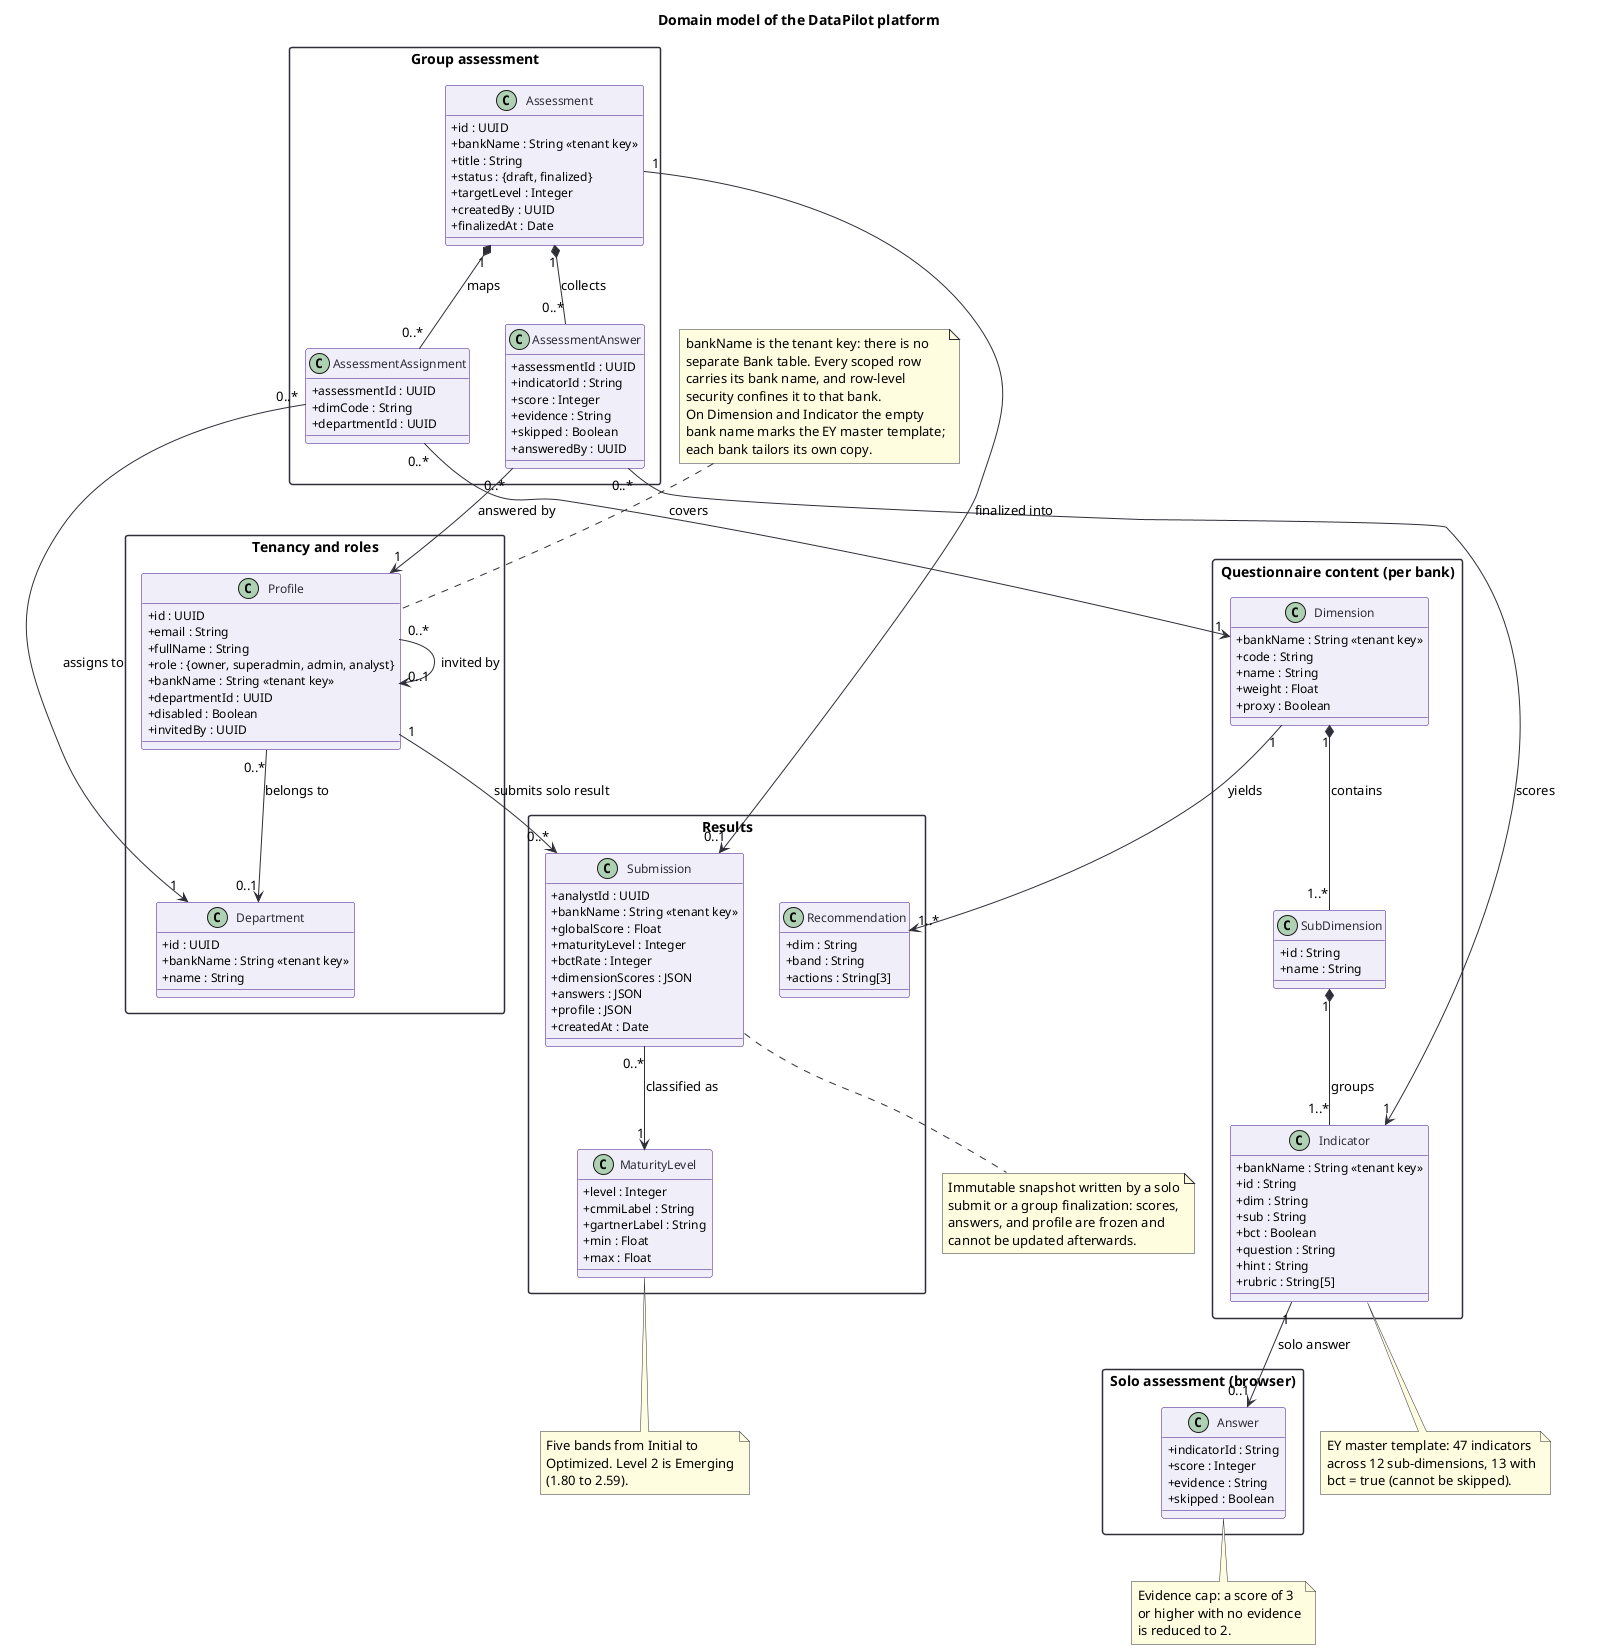
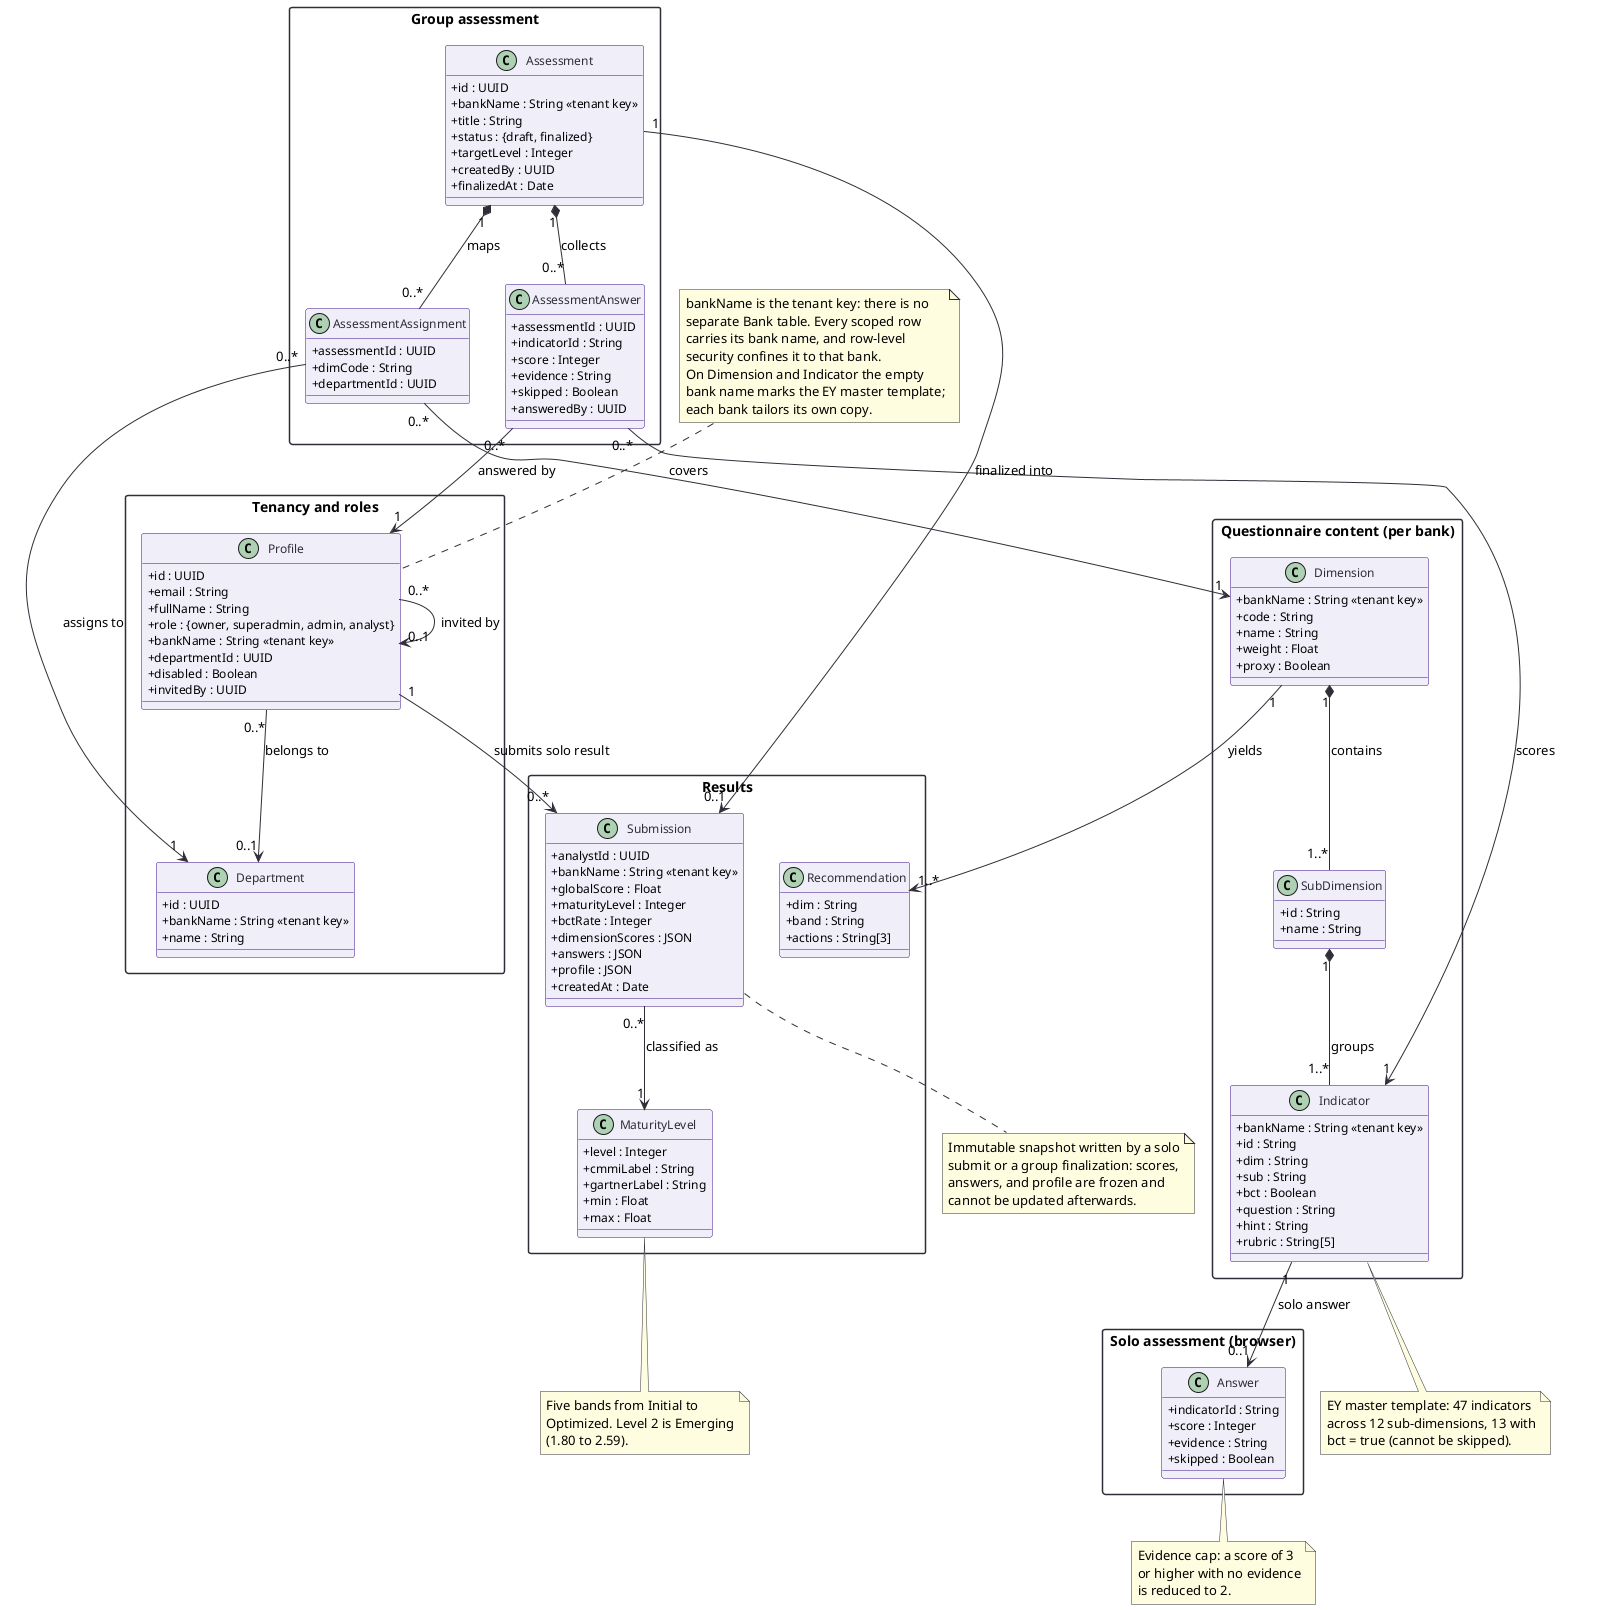
@startuml class-model
skinparam backgroundColor white
skinparam defaultFontSize 13
skinparam classFontSize 13
skinparam classAttributeFontSize 12
skinparam classBackgroundColor #F0EEF8
skinparam classBorderColor #3D108A
skinparam classArrowColor #2E2E38
skinparam classFontColor #2E2E38
skinparam classAttributeIconSize 0
skinparam noteBackgroundColor #FFFDE0
skinparam noteBorderColor #2E2E38
skinparam packageStyle rectangle
skinparam packageBorderColor #2E2E38
skinparam packageFontSize 14
skinparam packageFontStyle bold
skinparam shadowing false

- title Domain model of the DataPilot platform

package "Tenancy and roles" {
  class Profile {
    +id : UUID
    +email : String
    +fullName : String
    +role : {owner, superadmin, admin, analyst}
    +bankName : String <<tenant key>>
    +departmentId : UUID
    +disabled : Boolean
    +invitedBy : UUID
  }

  class Department {
    +id : UUID
    +bankName : String <<tenant key>>
    +name : String
  }
}

package "Questionnaire content (per bank)" {
  class Dimension {
    +bankName : String <<tenant key>>
    +code : String
    +name : String
    +weight : Float
    +proxy : Boolean
  }

  class SubDimension {
    +id : String
    +name : String
  }

  class Indicator {
    +bankName : String <<tenant key>>
    +id : String
    +dim : String
    +sub : String
    +bct : Boolean
    +question : String
    +hint : String
    +rubric : String[5]
  }
}

package "Group assessment" {
  class Assessment {
    +id : UUID
    +bankName : String <<tenant key>>
    +title : String
    +status : {draft, finalized}
    +targetLevel : Integer
    +createdBy : UUID
    +finalizedAt : Date
  }

  class AssessmentAssignment {
    +assessmentId : UUID
    +dimCode : String
    +departmentId : UUID
  }

  class AssessmentAnswer {
    +assessmentId : UUID
    +indicatorId : String
    +score : Integer
    +evidence : String
    +skipped : Boolean
    +answeredBy : UUID
  }
}

package "Solo assessment (browser)" {
  class Answer {
    +indicatorId : String
    +score : Integer
    +evidence : String
    +skipped : Boolean
  }
}

package "Results" {
  class Submission {
    +analystId : UUID
    +bankName : String <<tenant key>>
    +globalScore : Float
    +maturityLevel : Integer
    +bctRate : Integer
    +dimensionScores : JSON
    +answers : JSON
    +profile : JSON
    +createdAt : Date
  }

  class MaturityLevel {
    +level : Integer
    +cmmiLabel : String
    +gartnerLabel : String
    +min : Float
    +max : Float
  }

  class Recommendation {
    +dim : String
    +band : String
    +actions : String[3]
  }
}

Profile "0..*" --> "0..1" Department : belongs to
Profile "0..*" --> "0..1" Profile : invited by

Dimension "1" *-- "1..*" SubDimension : contains
SubDimension "1" *-- "1..*" Indicator : groups

Indicator "1" --> "0..1" Answer : solo answer

Assessment "1" *-- "0..*" AssessmentAssignment : maps
AssessmentAssignment "0..*" --> "1" Department : assigns to
AssessmentAssignment "0..*" --> "1" Dimension : covers
Assessment "1" *-- "0..*" AssessmentAnswer : collects
AssessmentAnswer "0..*" --> "1" Indicator : scores
AssessmentAnswer "0..*" --> "1" Profile : answered by

Assessment "1" --> "0..1" Submission : finalized into
Profile "1" --> "0..*" Submission : submits solo result
Submission "0..*" --> "1" MaturityLevel : classified as
Dimension "1" --> "1..*" Recommendation : yields

note as NTenant
  bankName is the tenant key: there is no
  separate Bank table. Every scoped row
  carries its bank name, and row-level
  security confines it to that bank.
  On Dimension and Indicator the empty
  bank name marks the EY master template;
  each bank tailors its own copy.
end note
NTenant .. Profile

note bottom of Indicator
  EY master template: 47 indicators
  across 12 sub-dimensions, 13 with
  bct = true (cannot be skipped).
end note

note bottom of Answer
  Evidence cap: a score of 3
  or higher with no evidence
  is reduced to 2.
end note

note bottom of Submission
  Immutable snapshot written by a solo
  submit or a group finalization: scores,
  answers, and profile are frozen and
  cannot be updated afterwards.
end note

note bottom of MaturityLevel
  Five bands from Initial to
  Optimized. Level 2 is Emerging
  (1.80 to 2.59).
end note

@enduml
